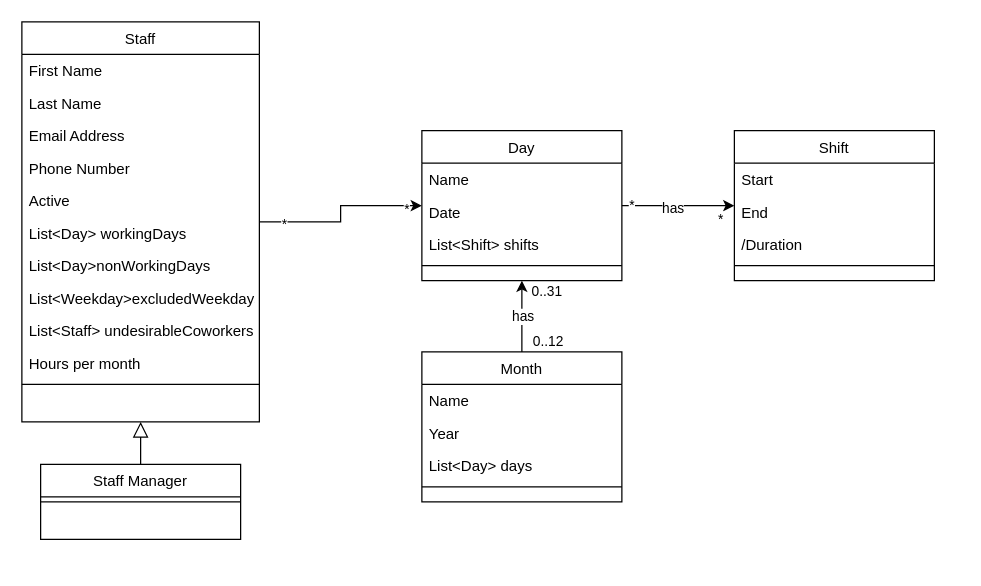
Henchway/Planner keeps this draw.io diagram as Planner.drawio. Above is the earlier version. Source tidied: cells renumbered, new cells numbered last; positions are measured from the earlier drawing's top-left corner, leaving out a move shared by most shapes. Both pictures are drawn from the tidied source at 125%, with x=0, y=0 at pixel (21, 21).
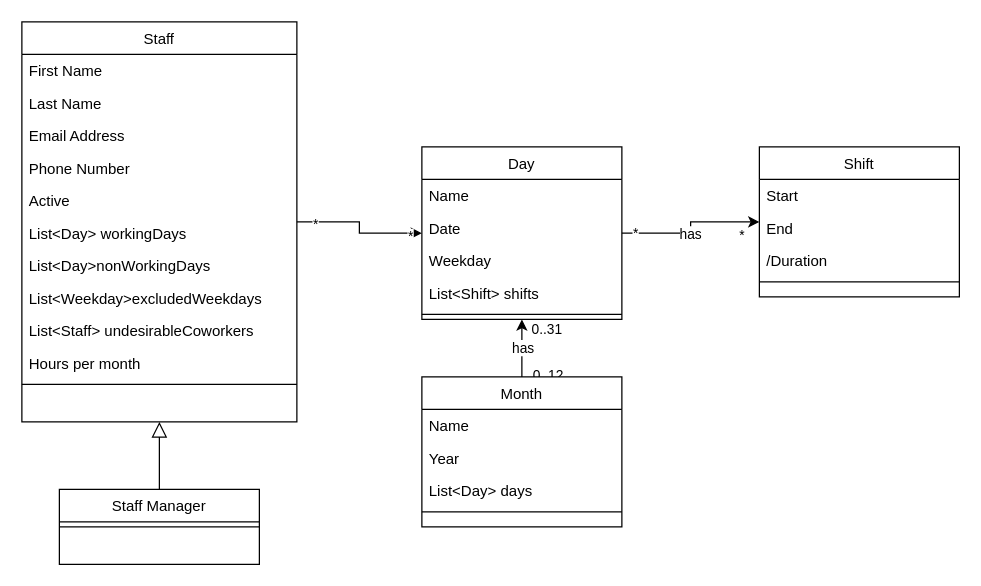
Above is the later version.

Diff of the diagram source:
```diff
@@
     <mxCell id="5" value="Staff" style="swimlane;fontStyle=0;align=center;verticalAlign=top;horizontal=1;startSize=26;rounded=0;shadow=0;strokeWidth=1;" parent="1" vertex="1">
-      <mxGeometry width="190" height="320" as="geometry" />
+      <mxGeometry width="220" height="320" as="geometry" />
     </mxCell>
     <mxCell id="6" value="First Name" style="text;align=left;verticalAlign=top;spacingLeft=4;spacingRight=4;overflow=hidden;" parent="5" vertex="1">
-      <mxGeometry y="26" width="190" height="26" as="geometry" />
+      <mxGeometry y="26" width="220" height="26" as="geometry" />
     </mxCell>
     <mxCell id="7" value="Last Name" style="text;align=left;verticalAlign=top;spacingLeft=4;spacingRight=4;overflow=hidden;rounded=0;shadow=0;html=0;" parent="5" vertex="1">
-      <mxGeometry y="52" width="190" height="26" as="geometry" />
+      <mxGeometry y="52" width="220" height="26" as="geometry" />
     </mxCell>
     <mxCell id="8" value="Email Address" style="text;align=left;verticalAlign=top;spacingLeft=4;spacingRight=4;overflow=hidden;rounded=0;shadow=0;html=0;" parent="5" vertex="1">
-      <mxGeometry y="78" width="190" height="26" as="geometry" />
+      <mxGeometry y="78" width="220" height="26" as="geometry" />
     </mxCell>
     <mxCell id="9" value="Phone Number" style="text;align=left;verticalAlign=top;spacingLeft=4;spacingRight=4;overflow=hidden;rounded=0;shadow=0;html=0;" parent="5" vertex="1">
-      <mxGeometry y="104" width="190" height="26" as="geometry" />
+      <mxGeometry y="104" width="220" height="26" as="geometry" />
     </mxCell>
     <mxCell id="10" value="Active" style="text;align=left;verticalAlign=top;spacingLeft=4;spacingRight=4;overflow=hidden;rounded=0;shadow=0;html=0;" parent="5" vertex="1">
-      <mxGeometry y="130" width="190" height="26" as="geometry" />
+      <mxGeometry y="130" width="220" height="26" as="geometry" />
     </mxCell>
     <mxCell id="11" value="List&lt;Day&gt; workingDays" style="text;align=left;verticalAlign=top;spacingLeft=4;spacingRight=4;overflow=hidden;rounded=0;shadow=0;html=0;" parent="5" vertex="1">
-      <mxGeometry y="156" width="190" height="26" as="geometry" />
+      <mxGeometry y="156" width="220" height="26" as="geometry" />
     </mxCell>
     <mxCell id="12" value="List&lt;Day&gt;nonWorkingDays" style="text;align=left;verticalAlign=top;spacingLeft=4;spacingRight=4;overflow=hidden;rounded=0;shadow=0;html=0;" parent="5" vertex="1">
-      <mxGeometry y="182" width="190" height="26" as="geometry" />
+      <mxGeometry y="182" width="220" height="26" as="geometry" />
     </mxCell>
     <mxCell id="13" value="List&lt;Weekday&gt;excludedWeekdays" style="text;align=left;verticalAlign=top;spacingLeft=4;spacingRight=4;overflow=hidden;rounded=0;shadow=0;html=0;" parent="5" vertex="1">
-      <mxGeometry y="208" width="190" height="26" as="geometry" />
+      <mxGeometry y="208" width="220" height="26" as="geometry" />
     </mxCell>
     <mxCell id="14" value="List&lt;Staff&gt; undesirableCoworkers" style="text;align=left;verticalAlign=top;spacingLeft=4;spacingRight=4;overflow=hidden;rounded=0;shadow=0;html=0;" parent="5" vertex="1">
-      <mxGeometry y="234" width="190" height="26" as="geometry" />
+      <mxGeometry y="234" width="220" height="26" as="geometry" />
     </mxCell>
     <mxCell id="15" value="Hours per month" style="text;align=left;verticalAlign=top;spacingLeft=4;spacingRight=4;overflow=hidden;rounded=0;shadow=0;html=0;" parent="5" vertex="1">
-      <mxGeometry y="260" width="190" height="26" as="geometry" />
+      <mxGeometry y="260" width="220" height="26" as="geometry" />
     </mxCell>
     <mxCell id="16" style="line;html=1;strokeWidth=1;align=left;verticalAlign=middle;spacingTop=-1;spacingLeft=3;spacingRight=3;labelPosition=right;" parent="5" vertex="1">
-      <mxGeometry y="286" width="190" height="8" as="geometry" />
+      <mxGeometry y="286" width="220" height="8" as="geometry" />
     </mxCell>
     <mxCell id="17" value="Staff Manager" style="swimlane;fontStyle=0;align=center;verticalAlign=top;horizontal=1;startSize=26;rounded=0;shadow=0;strokeWidth=1;" parent="1" vertex="1">
-      <mxGeometry x="15" y="354" width="160" height="60" as="geometry" />
+      <mxGeometry x="30" y="374" width="160" height="60" as="geometry" />
     </mxCell>
@@
     <mxCell id="20" value="Shift" style="swimlane;fontStyle=0;align=center;verticalAlign=top;horizontal=1;startSize=26;rounded=0;shadow=0;strokeWidth=1;" parent="1" vertex="1">
-      <mxGeometry x="570" y="87" width="160" height="120" as="geometry" />
+      <mxGeometry x="590" y="100" width="160" height="120" as="geometry" />
     </mxCell>
@@
     <mxCell id="29" value="Day" style="swimlane;fontStyle=0;align=center;verticalAlign=top;horizontal=1;startSize=26;rounded=0;shadow=0;strokeWidth=1;" parent="1" vertex="1">
-      <mxGeometry x="320" y="87" width="160" height="120" as="geometry" />
+      <mxGeometry x="320" y="100" width="160" height="138" as="geometry" />
     </mxCell>
@@
+    <mxCell id="42" value="Weekday" style="text;align=left;verticalAlign=top;spacingLeft=4;spacingRight=4;overflow=hidden;rounded=0;shadow=0;html=0;" parent="29" vertex="1">
+      <mxGeometry y="78" width="160" height="26" as="geometry" />
+    </mxCell>
     <mxCell id="32" value="List&lt;Shift&gt; shifts" style="text;align=left;verticalAlign=top;spacingLeft=4;spacingRight=4;overflow=hidden;rounded=0;shadow=0;html=0;" parent="29" vertex="1">
-      <mxGeometry y="78" width="160" height="26" as="geometry" />
+      <mxGeometry y="104" width="160" height="26" as="geometry" />
     </mxCell>
     <mxCell id="33" style="line;html=1;strokeWidth=1;align=left;verticalAlign=middle;spacingTop=-1;spacingLeft=3;spacingRight=3;labelPosition=right;" parent="29" vertex="1">
-      <mxGeometry y="104" width="160" height="8" as="geometry" />
+      <mxGeometry y="130" width="160" height="8" as="geometry" />
     </mxCell>
@@
     <mxCell id="37" value="Month" style="swimlane;fontStyle=0;align=center;verticalAlign=top;horizontal=1;startSize=26;rounded=0;shadow=0;strokeWidth=1;" parent="1" vertex="1">
-      <mxGeometry x="320" y="264" width="160" height="120" as="geometry" />
+      <mxGeometry x="320" y="284" width="160" height="120" as="geometry" />
     </mxCell>
```
